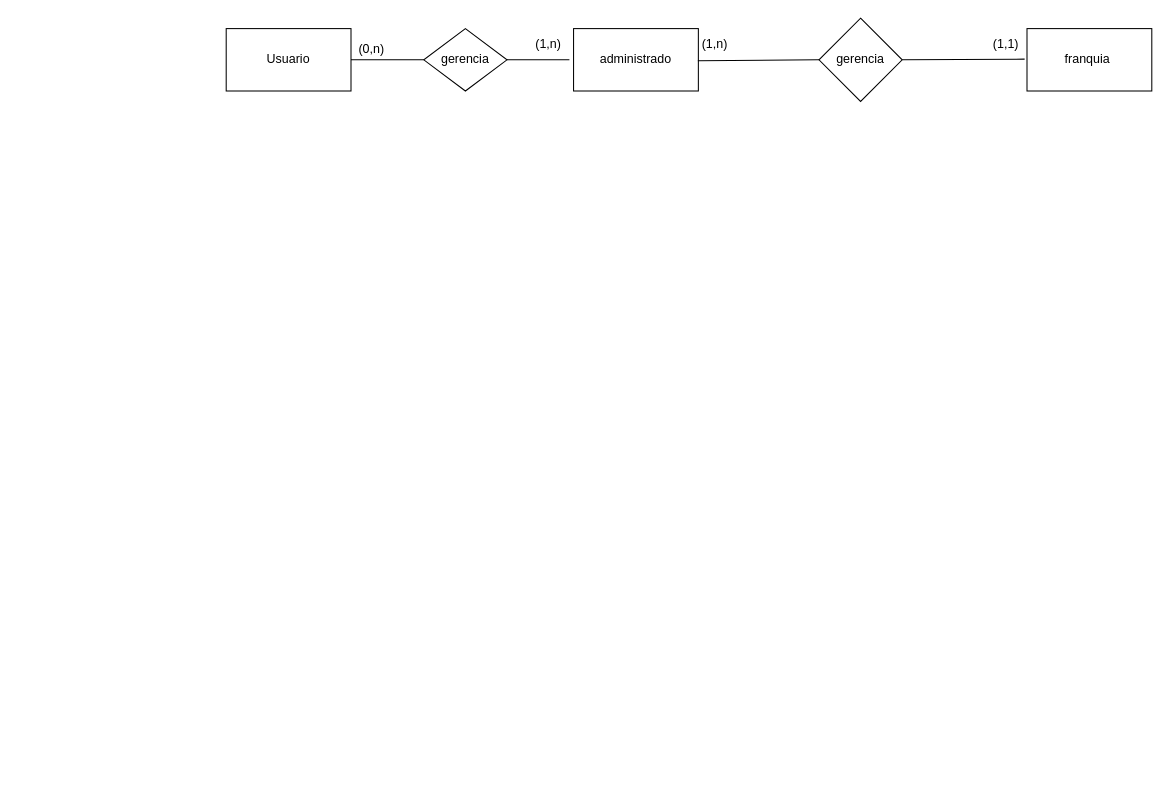
This is Diagrama-Banco-de-dados/DER.drawio from Wal221/ProjetoWeb2, a draw.io file, before an edit. Source tidied: cells renumbered, new cells numbered last; positions are measured from the earlier drawing's top-left corner, leaving out a move shared by most shapes. Both pictures are drawn from the tidied source at 104%, with x=0, y=0 at pixel (226, 18).
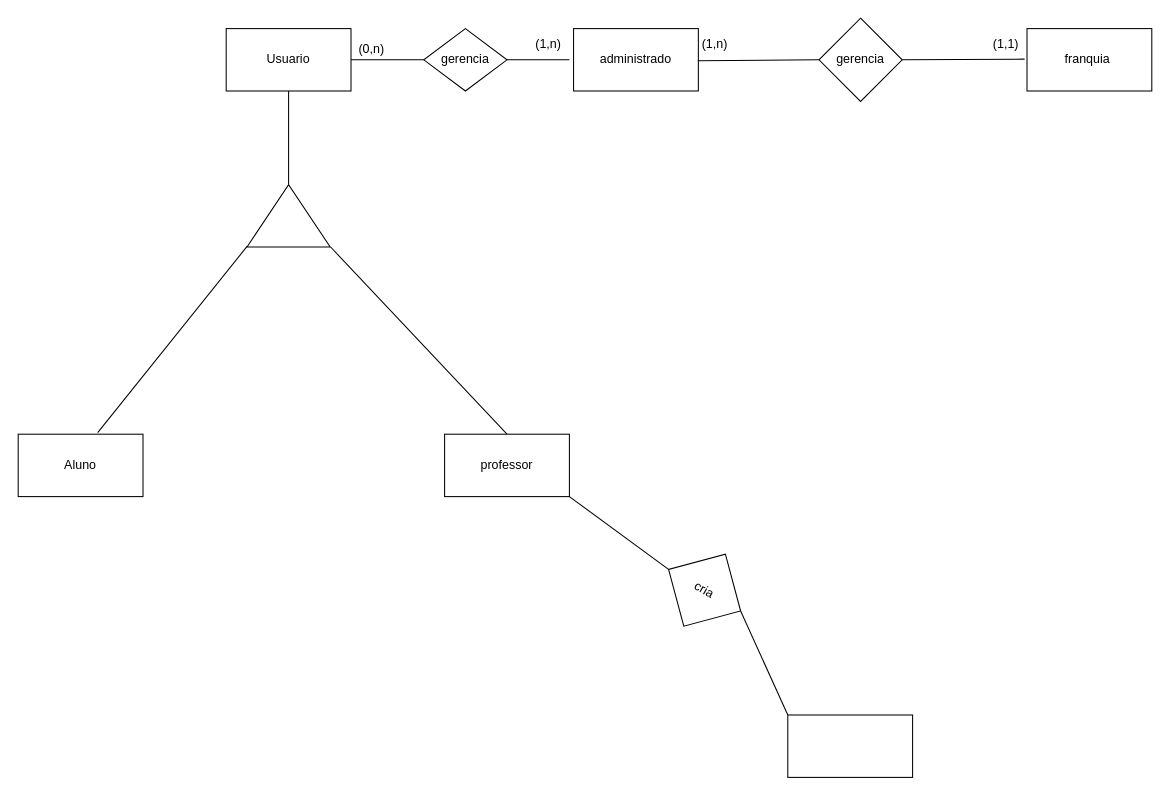
After the change.

Commit message:
atualização do der

Unchanged cells that the change refers to:
```xml
<mxCell id="4" value="Usuario" style="rounded=0;whiteSpace=wrap;html=1;" parent="1" vertex="1">
  <mxGeometry y="10" width="120" height="60" as="geometry" />
</mxCell>
```

What changed in the source:
```diff
@@
+    <mxCell id="15" style="triangle;whiteSpace=wrap;html=1;rotation=-90;" parent="1" vertex="1">
+      <mxGeometry x="30" y="150" width="60" height="80" as="geometry" />
+    </mxCell>
+    <mxCell id="16" value="Aluno" style="rounded=0;whiteSpace=wrap;html=1;" parent="1" vertex="1">
+      <mxGeometry x="-200" y="400" width="120" height="60" as="geometry" />
+    </mxCell>
+    <mxCell id="17" value="professor" style="rounded=0;whiteSpace=wrap;html=1;" parent="1" vertex="1">
+      <mxGeometry x="210" y="400" width="120" height="60" as="geometry" />
+    </mxCell>
+    <mxCell id="18" style="endArrow=none;html=1;rounded=0;entryX=0.5;entryY=1;entryDx=0;entryDy=0;exitX=1;exitY=0.5;exitDx=0;exitDy=0;" parent="1" edge="1" source="15" target="4">
+      <mxGeometry relative="1" as="geometry" />
+    </mxCell>
+    <mxCell id="19" style="endArrow=none;html=1;rounded=0;exitX=0.637;exitY=-0.026;exitDx=0;exitDy=0;exitPerimeter=0;entryX=0.013;entryY=0.003;entryDx=0;entryDy=0;entryPerimeter=0;" parent="1" edge="1" source="16" target="15">
+      <mxGeometry relative="1" as="geometry" />
+    </mxCell>
+    <mxCell id="20" style="endArrow=none;html=1;rounded=0;entryX=0;entryY=1.005;entryDx=0;entryDy=0;entryPerimeter=0;exitX=0.5;exitY=0;exitDx=0;exitDy=0;" parent="1" edge="1" source="17" target="15">
+      <mxGeometry relative="1" as="geometry" />
+    </mxCell>
+    <mxCell id="21" value="cria" style="rhombus;whiteSpace=wrap;html=1;rotation=30;" parent="1" vertex="1">
+      <mxGeometry x="420" y="510" width="80" height="80" as="geometry" />
+    </mxCell>
+    <mxCell id="22" style="rounded=0;whiteSpace=wrap;html=1;" parent="1" vertex="1">
+      <mxGeometry x="540" y="670" width="120" height="60" as="geometry" />
+    </mxCell>
+    <mxCell id="23" style="endArrow=none;html=1;rounded=0;entryX=1;entryY=1;entryDx=0;entryDy=0;exitX=0;exitY=0.5;exitDx=0;exitDy=0;" parent="1" edge="1" source="21" target="17">
+      <mxGeometry relative="1" as="geometry" />
+    </mxCell>
+    <mxCell id="24" style="endArrow=none;html=1;rounded=0;entryX=1;entryY=0.5;entryDx=0;entryDy=0;exitX=0;exitY=0;exitDx=0;exitDy=0;" parent="1" edge="1" source="22" target="21">
+      <mxGeometry relative="1" as="geometry" />
+    </mxCell>
```
